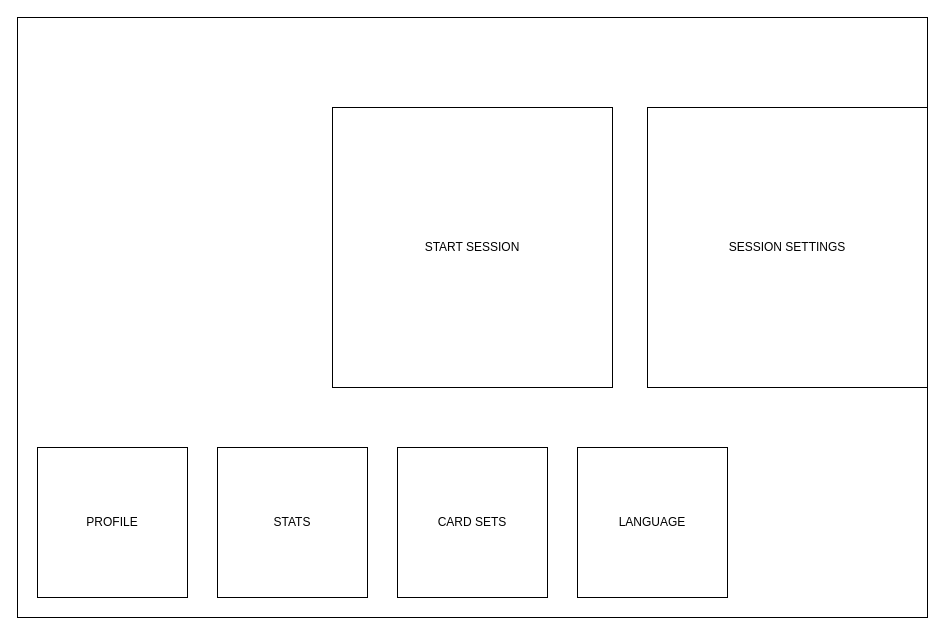
The draw.io diagram docs/diagrams/designs/MainPageDesign.drawio in empty-works/lingua-flash, before the edit. Source tidied: cells renumbered, new cells numbered last; positions are measured from the earlier drawing's top-left corner, leaving out a move shared by most shapes. Both pictures are drawn from the tidied source at 100%, with x=0, y=0 at pixel (17, 17).
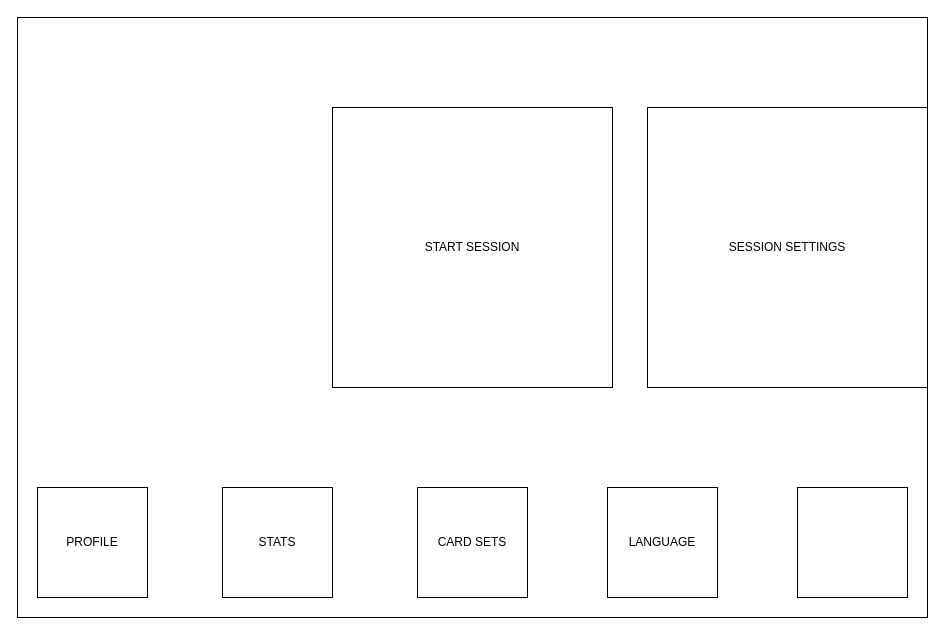
After the change.

Commit message (it also covers changes not shown here):
Minor tweaks to the main page design.

What changed in the source:
```diff
@@
 <mxGraphModel>
   <root>
     <mxCell id="0" />
     <mxCell id="1" parent="0" />
     <mxCell id="2" style="rounded=0;whiteSpace=wrap;html=1;" parent="1" vertex="1">
       <mxGeometry width="910" height="600" as="geometry" />
     </mxCell>
     <mxCell id="3" value="START SESSION" style="whiteSpace=wrap;html=1;" parent="1" vertex="1">
       <mxGeometry x="315" y="90" width="280" height="280" as="geometry" />
     </mxCell>
     <mxCell id="4" value="SESSION SETTINGS" style="whiteSpace=wrap;html=1;" parent="1" vertex="1">
       <mxGeometry x="630" y="90" width="280" height="280" as="geometry" />
     </mxCell>
     <mxCell id="5" value="PROFILE" style="whiteSpace=wrap;html=1;" parent="1" vertex="1">
-      <mxGeometry x="20" y="430" width="150" height="150" as="geometry" />
+      <mxGeometry x="20" y="470" width="110" height="110" as="geometry" />
     </mxCell>
     <mxCell id="6" value="STATS" style="whiteSpace=wrap;html=1;" parent="1" vertex="1">
-      <mxGeometry x="200" y="430" width="150" height="150" as="geometry" />
+      <mxGeometry x="205" y="470" width="110" height="110" as="geometry" />
     </mxCell>
     <mxCell id="7" value="CARD SETS" style="whiteSpace=wrap;html=1;" parent="1" vertex="1">
-      <mxGeometry x="380" y="430" width="150" height="150" as="geometry" />
+      <mxGeometry x="400" y="470" width="110" height="110" as="geometry" />
     </mxCell>
     <mxCell id="8" value="LANGUAGE" style="whiteSpace=wrap;html=1;" parent="1" vertex="1">
-      <mxGeometry x="560" y="430" width="150" height="150" as="geometry" />
+      <mxGeometry x="590" y="470" width="110" height="110" as="geometry" />
     </mxCell>
+    <mxCell id="9" style="whiteSpace=wrap;html=1;" parent="1" vertex="1">
+      <mxGeometry x="780" y="470" width="110" height="110" as="geometry" />
+    </mxCell>
   </root>
 </mxGraphModel>
```
